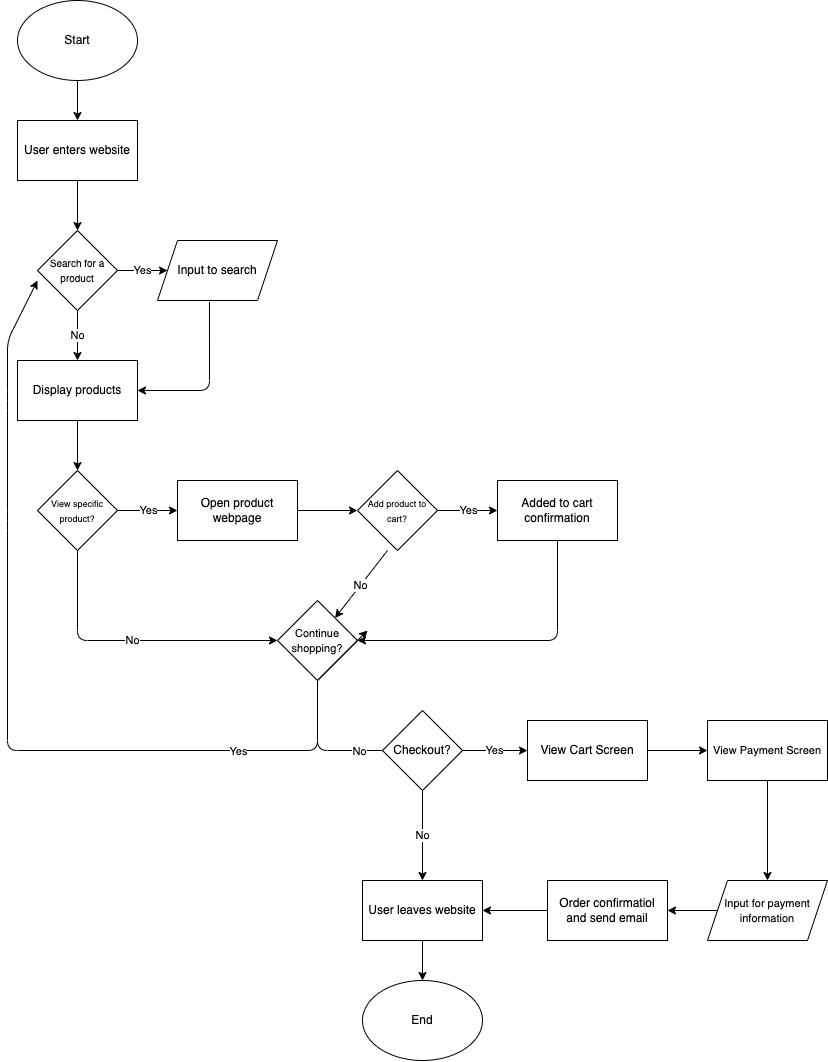
bsalvania/sp23-cse110-lab4 keeps this draw.io diagram as explore/diagramming/diagram.drawio.png. Above is the earlier version. Source tidied: cells renumbered, new cells last; positions are measured from the earlier drawing's top-left corner, leaving out a move shared by most shapes.
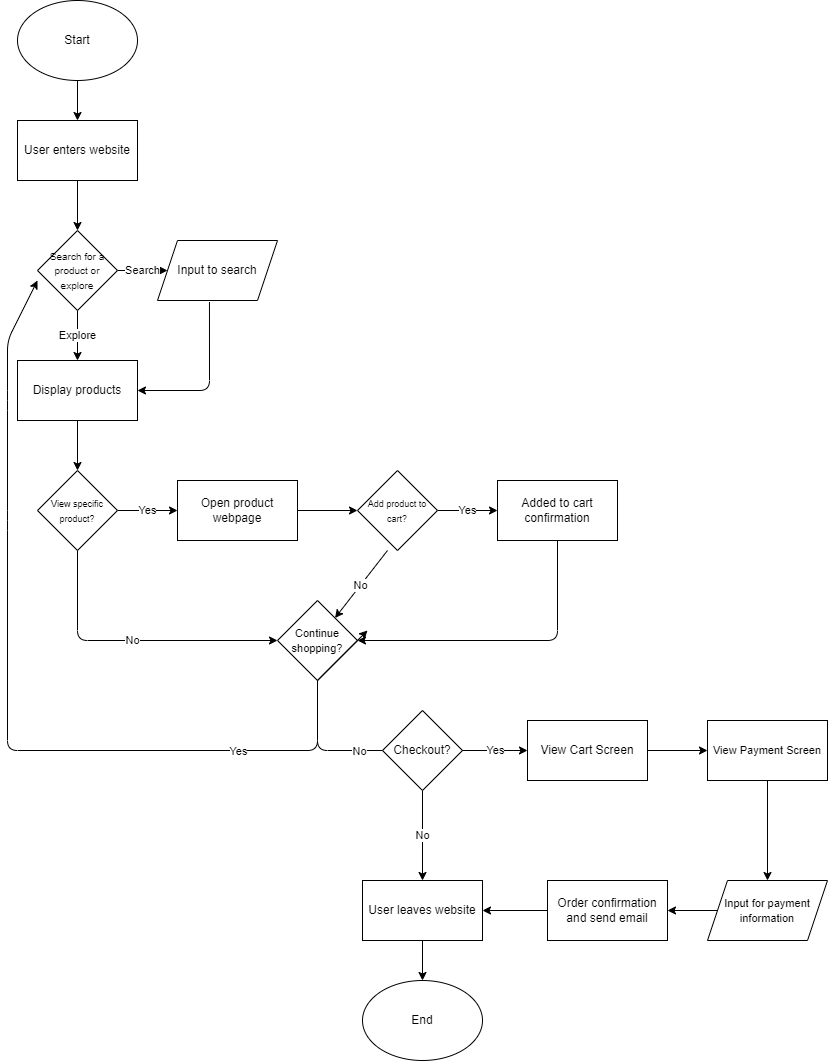
After the change.

What changed in the source:
```diff
@@ -11,7 +11,7 @@
     <mxCell id="4" style="endArrow=classic;html=1;entryX=0.5;entryY=0;entryDx=0;entryDy=0;exitX=0.5;exitY=1;exitDx=0;exitDy=0;" parent="1" edge="1" source="3" target="2">
       <mxGeometry relative="1" as="geometry" />
     </mxCell>
-    <mxCell id="5" value="&lt;font style=&quot;font-size: 10px;&quot;&gt;Search for a product&lt;/font&gt;" style="rhombus;whiteSpace=wrap;html=1;" parent="1" vertex="1">
+    <mxCell id="5" value="&lt;font style=&quot;font-size: 10px;&quot;&gt;Search for a product or explore&lt;/font&gt;" style="rhombus;whiteSpace=wrap;html=1;" parent="1" vertex="1">
       <mxGeometry x="30" y="230" width="80" height="80" as="geometry" />
     </mxCell>
     <mxCell id="6" style="endArrow=classic;html=1;exitX=0.5;exitY=1;exitDx=0;exitDy=0;entryX=0.5;entryY=0;entryDx=0;entryDy=0;" parent="1" edge="1" source="2" target="5">
@@ -20,13 +20,13 @@
     <mxCell id="7" value="Input to search" style="shape=parallelogram;perimeter=parallelogramPerimeter;whiteSpace=wrap;html=1;fixedSize=1;" parent="1" vertex="1">
       <mxGeometry x="150" y="240" width="120" height="60" as="geometry" />
     </mxCell>
-    <mxCell id="8" value="Yes" style="endArrow=classic;html=1;entryX=0;entryY=0.5;entryDx=0;entryDy=0;exitX=1;exitY=0.5;exitDx=0;exitDy=0;" parent="1" edge="1" source="5" target="7">
+    <mxCell id="8" value="Search" style="endArrow=classic;html=1;entryX=0;entryY=0.5;entryDx=0;entryDy=0;exitX=1;exitY=0.5;exitDx=0;exitDy=0;" parent="1" edge="1" source="5" target="7">
       <mxGeometry relative="1" as="geometry" />
     </mxCell>
     <mxCell id="9" value="Display products" style="rounded=0;whiteSpace=wrap;html=1;" parent="1" vertex="1">
       <mxGeometry x="10" y="360" width="120" height="60" as="geometry" />
     </mxCell>
-    <mxCell id="10" value="No" style="endArrow=classic;html=1;" parent="1" edge="1" target="9">
+    <mxCell id="10" value="Explore" style="endArrow=classic;html=1;" parent="1" edge="1" target="9">
       <mxGeometry relative="1" as="geometry">
         <mxPoint x="70" y="310" as="sourcePoint" />
       </mxGeometry>
@@ -175,7 +175,7 @@
         <mxPoint x="760" y="780" as="sourcePoint" />
       </mxGeometry>
     </mxCell>
-    <mxCell id="42" value="Order confirmatiol and send email" style="rounded=0;whiteSpace=wrap;html=1;" parent="1" vertex="1">
+    <mxCell id="42" value="Order confirmation and send email" style="rounded=0;whiteSpace=wrap;html=1;" parent="1" vertex="1">
       <mxGeometry x="540" y="880" width="120" height="60" as="geometry" />
     </mxCell>
     <mxCell id="43" style="endArrow=classic;html=1;entryX=1;entryY=0.5;entryDx=0;entryDy=0;" parent="1" edge="1" target="31">
```
